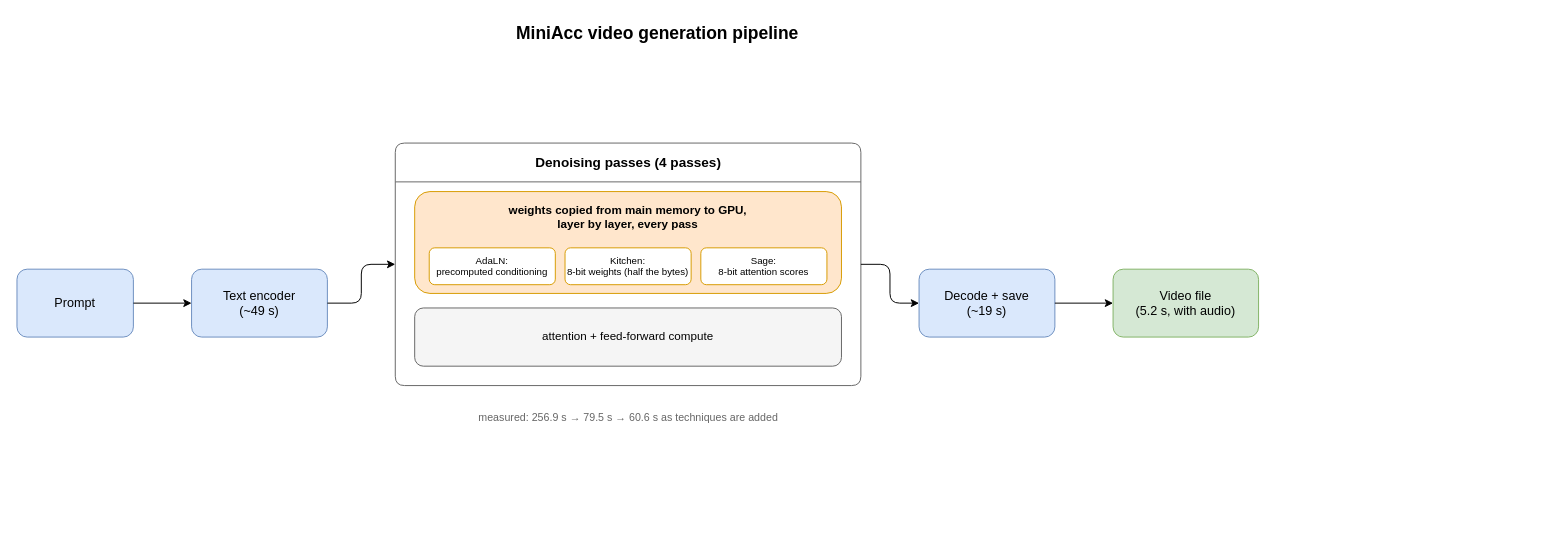
Above: assets/images/blog/miniacc/pipeline-diagram.drawio in TY-Yang3015/TY-Yang3015.github.io (draw.io), before the change. Source tidied: cells renumbered, new cells numbered last; positions are measured from the earlier drawing's top-left corner, leaving out a move shared by most shapes. Both pictures are drawn from the tidied source at 97%, with x=0, y=0 at pixel (16, 16).
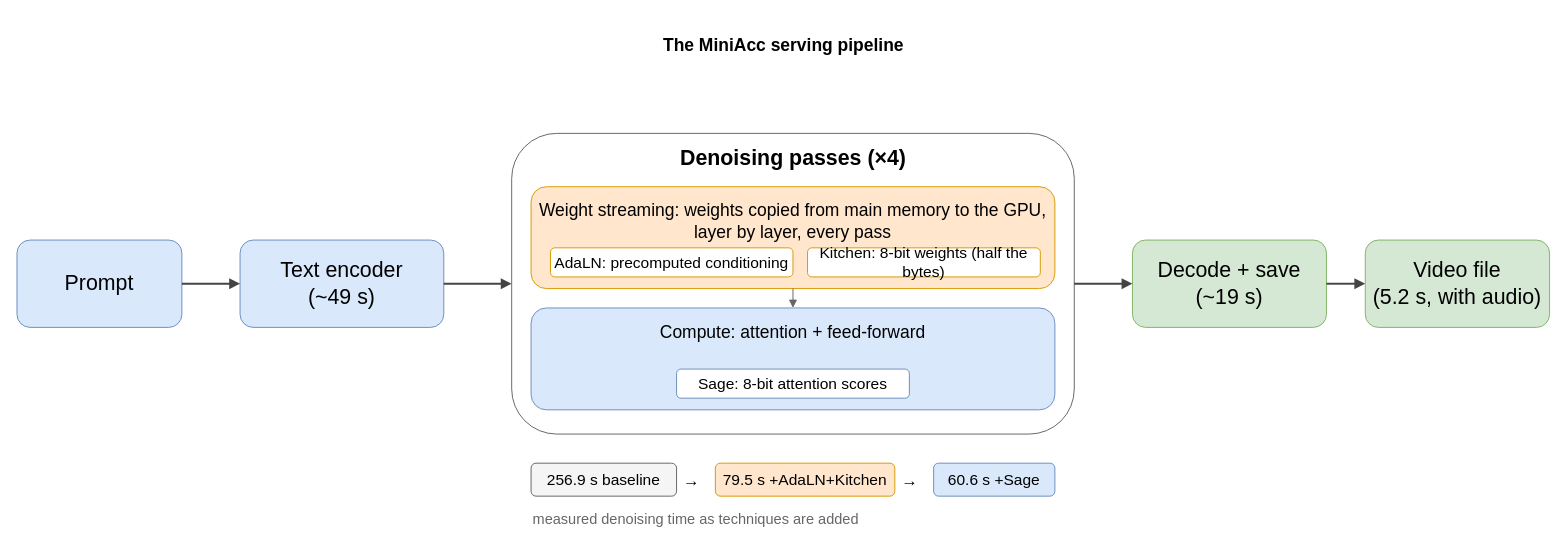
After the change.

Commit message (it also covers changes not shown here):
Blog MiniAcc: fix visual assets, Casual Research series, low-budget framing

The edit, as a diff of the source:
```diff
@@
-    <mxCell id="2" value="MiniAcc video generation pipeline" style="text;strokeColor=none;fillColor=none;html=1;fontSize=18;fontStyle=1;align=center;" parent="1" vertex="1">
-      <mxGeometry x="390" width="540" height="30" as="geometry" />
-    </mxCell>
+    <mxCell id="18" value="The MiniAcc serving pipeline" style="text;html=1;align=center;verticalAlign=middle;fontSize=18;fontStyle=1;" parent="1" vertex="1">
+      <mxGeometry x="560" y="10" width="460" height="40" as="geometry" />
+    </mxCell>
-    <mxCell id="3" value="Prompt" style="rounded=1;whiteSpace=wrap;html=1;fillColor=#dae8fc;strokeColor=#6c8ebf;fontSize=13;" parent="1" vertex="1">
-      <mxGeometry y="260" width="120" height="70" as="geometry" />
+    <mxCell id="3" value="Prompt" style="rounded=1;whiteSpace=wrap;html=1;fillColor=#dae8fc;strokeColor=#6c8ebf;fontSize=22;" parent="1" vertex="1">
+      <mxGeometry y="230" width="170" height="90" as="geometry" />
     </mxCell>
-    <mxCell id="4" value="Text encoder&#10;(~49 s)" style="rounded=1;whiteSpace=wrap;html=1;fillColor=#dae8fc;strokeColor=#6c8ebf;fontSize=13;" parent="1" vertex="1">
-      <mxGeometry x="180" y="260" width="140" height="70" as="geometry" />
+    <mxCell id="4" value="Text encoder&lt;br&gt;(~49 s)" style="rounded=1;whiteSpace=wrap;html=1;fillColor=#dae8fc;strokeColor=#6c8ebf;fontSize=22;" parent="1" vertex="1">
+      <mxGeometry x="230" y="230" width="210" height="90" as="geometry" />
     </mxCell>
-    <mxCell id="5" value="Denoising passes (4 passes)" style="swimlane;rounded=1;html=1;startSize=40;fillColor=#ffffff;strokeColor=#666666;fontStyle=1;fontSize=14;swimlaneFillColor=#ffffff;arcSize=8;" parent="1" vertex="1">
-      <mxGeometry x="390" y="130" width="480" height="250" as="geometry" />
+    <mxCell id="5" style="rounded=1;whiteSpace=wrap;html=1;fillColor=#ffffff;strokeColor=#666666;verticalAlign=top;align=center;" parent="1" vertex="1">
+      <mxGeometry x="510" y="120" width="580" height="310" as="geometry" />
     </mxCell>
+    <mxCell id="19" value="Denoising passes (×4)" style="text;html=1;align=center;verticalAlign=middle;fontSize=22;fontStyle=1;" parent="1" vertex="1">
+      <mxGeometry x="720" y="130" width="160" height="32" as="geometry" />
+    </mxCell>
-    <mxCell id="6" value="weights copied from main memory to GPU,&#10;layer by layer, every pass" style="rounded=1;whiteSpace=wrap;html=1;fillColor=#ffe6cc;strokeColor=#d79b00;fontSize=12;verticalAlign=top;spacingTop=6;fontStyle=1;" parent="5" vertex="1">
-      <mxGeometry x="20" y="50" width="440" height="105" as="geometry" />
+    <mxCell id="6" value="Weight streaming: weights copied from main memory to the GPU, layer by layer, every pass" style="rounded=1;whiteSpace=wrap;html=1;fillColor=#ffe6cc;strokeColor=#d79b00;fontSize=18;align=center;verticalAlign=top;spacingTop=8;" parent="1" vertex="1">
+      <mxGeometry x="530" y="175" width="540" height="105" as="geometry" />
     </mxCell>
-    <mxCell id="7" value="AdaLN:&#10;precomputed conditioning" style="rounded=1;whiteSpace=wrap;html=1;fillColor=#ffffff;strokeColor=#d79b00;fontSize=10;" parent="6" vertex="1">
-      <mxGeometry x="15" y="58" width="130" height="38" as="geometry" />
+    <mxCell id="7" value="AdaLN: precomputed conditioning" style="rounded=1;whiteSpace=wrap;html=1;fillColor=#ffffff;strokeColor=#d79b00;fontSize=16;align=center;verticalAlign=middle;" parent="1" vertex="1">
+      <mxGeometry x="550" y="238" width="250" height="30" as="geometry" />
     </mxCell>
-    <mxCell id="8" value="Kitchen:&#10;8-bit weights (half the bytes)" style="rounded=1;whiteSpace=wrap;html=1;fillColor=#ffffff;strokeColor=#d79b00;fontSize=10;" parent="6" vertex="1">
-      <mxGeometry x="155" y="58" width="130" height="38" as="geometry" />
+    <mxCell id="8" value="Kitchen: 8-bit weights (half the bytes)" style="rounded=1;whiteSpace=wrap;html=1;fillColor=#ffffff;strokeColor=#d79b00;fontSize=16;align=center;verticalAlign=middle;" parent="1" vertex="1">
+      <mxGeometry x="815" y="238" width="240" height="30" as="geometry" />
     </mxCell>
+    <mxCell id="10" value="Compute: attention + feed-forward" style="rounded=1;whiteSpace=wrap;html=1;fillColor=#dae8fc;strokeColor=#6c8ebf;fontSize=18;align=center;verticalAlign=top;spacingTop=8;" parent="1" vertex="1">
+      <mxGeometry x="530" y="300" width="540" height="105" as="geometry" />
+    </mxCell>
-    <mxCell id="9" value="Sage:&#10;8-bit attention scores" style="rounded=1;whiteSpace=wrap;html=1;fillColor=#ffffff;strokeColor=#d79b00;fontSize=10;" parent="6" vertex="1">
-      <mxGeometry x="295" y="58" width="130" height="38" as="geometry" />
+    <mxCell id="9" value="Sage: 8-bit attention scores" style="rounded=1;whiteSpace=wrap;html=1;fillColor=#ffffff;strokeColor=#6c8ebf;fontSize=16;align=center;verticalAlign=middle;" parent="1" vertex="1">
+      <mxGeometry x="680" y="363" width="240" height="30" as="geometry" />
     </mxCell>
-    <mxCell id="10" value="attention + feed-forward compute" style="rounded=1;whiteSpace=wrap;html=1;fillColor=#f5f5f5;strokeColor=#666666;fontSize=12;" parent="5" vertex="1">
-      <mxGeometry x="20" y="170" width="440" height="60" as="geometry" />
-    </mxCell>
-    <mxCell id="11" value="measured: 256.9 s → 79.5 s → 60.6 s as techniques are added" style="text;strokeColor=none;fillColor=none;html=1;fontSize=11;align=center;fontColor=#666666;" parent="1" vertex="1">
-      <mxGeometry x="390" y="400" width="480" height="25" as="geometry" />
-    </mxCell>
+    <mxCell id="20" style="edgeStyle=orthogonalEdgeStyle;rounded=1;html=1;strokeColor=#666666;endArrow=block;endFill=1;" parent="1" edge="1" source="6" target="10">
+      <mxGeometry relative="1" as="geometry" />
+    </mxCell>
-    <mxCell id="12" value="Decode + save&#10;(~19 s)" style="rounded=1;whiteSpace=wrap;html=1;fillColor=#dae8fc;strokeColor=#6c8ebf;fontSize=13;" parent="1" vertex="1">
-      <mxGeometry x="930" y="260" width="140" height="70" as="geometry" />
+    <mxCell id="12" value="Decode + save&lt;br&gt;(~19 s)" style="rounded=1;whiteSpace=wrap;html=1;fillColor=#d5e8d4;strokeColor=#82b366;fontSize=22;" parent="1" vertex="1">
+      <mxGeometry x="1150" y="230" width="200" height="90" as="geometry" />
     </mxCell>
-    <mxCell id="13" value="Video file&#10;(5.2 s, with audio)" style="rounded=1;whiteSpace=wrap;html=1;fillColor=#d5e8d4;strokeColor=#82b366;fontSize=13;" parent="1" vertex="1">
-      <mxGeometry x="1130" y="260" width="150" height="70" as="geometry" />
+    <mxCell id="13" value="Video file&lt;br&gt;(5.2 s, with audio)" style="rounded=1;whiteSpace=wrap;html=1;fillColor=#d5e8d4;strokeColor=#82b366;fontSize=22;" parent="1" vertex="1">
+      <mxGeometry x="1390" y="230" width="190" height="90" as="geometry" />
     </mxCell>
-    <mxCell id="14" style="edgeStyle=orthogonalEdgeStyle;html=1;rounded=1;" parent="1" edge="1" source="3" target="4">
+    <mxCell id="14" style="edgeStyle=orthogonalEdgeStyle;rounded=1;html=1;strokeWidth=2;strokeColor=#444444;endArrow=block;endFill=1;" parent="1" edge="1" source="3" target="4">
       <mxGeometry relative="1" as="geometry" />
     </mxCell>
-    <mxCell id="15" style="edgeStyle=orthogonalEdgeStyle;html=1;rounded=1;exitX=1;exitY=0.5;entryX=0;entryY=0.5;" parent="1" edge="1" source="4" target="5">
+    <mxCell id="15" style="edgeStyle=orthogonalEdgeStyle;rounded=1;html=1;strokeWidth=2;strokeColor=#444444;endArrow=block;endFill=1;" parent="1" edge="1" source="4" target="5">
       <mxGeometry relative="1" as="geometry" />
     </mxCell>
-    <mxCell id="16" style="edgeStyle=orthogonalEdgeStyle;html=1;rounded=1;exitX=1;exitY=0.5;entryX=0;entryY=0.5;" parent="1" edge="1" source="5" target="12">
+    <mxCell id="16" style="edgeStyle=orthogonalEdgeStyle;rounded=1;html=1;strokeWidth=2;strokeColor=#444444;endArrow=block;endFill=1;" parent="1" edge="1" source="5" target="12">
       <mxGeometry relative="1" as="geometry" />
     </mxCell>
-    <mxCell id="17" style="edgeStyle=orthogonalEdgeStyle;html=1;rounded=1;" parent="1" edge="1" source="12" target="13">
+    <mxCell id="17" style="edgeStyle=orthogonalEdgeStyle;rounded=1;html=1;strokeWidth=2;strokeColor=#444444;endArrow=block;endFill=1;" parent="1" edge="1" source="12" target="13">
       <mxGeometry relative="1" as="geometry" />
     </mxCell>
+    <mxCell id="21" value="256.9 s baseline" style="rounded=1;whiteSpace=wrap;html=1;fillColor=#f5f5f5;strokeColor=#666666;fontSize=16;" parent="1" vertex="1">
+      <mxGeometry x="530" y="460" width="150" height="34" as="geometry" />
+    </mxCell>
+    <mxCell id="22" value="→" style="text;html=1;fontSize=17;" parent="1" vertex="1">
+      <mxGeometry x="685" y="462" width="30" height="28" as="geometry" />
+    </mxCell>
+    <mxCell id="23" value="79.5 s +AdaLN+Kitchen" style="rounded=1;whiteSpace=wrap;html=1;fillColor=#ffe6cc;strokeColor=#d79b00;fontSize=16;" parent="1" vertex="1">
+      <mxGeometry x="720" y="460" width="185" height="34" as="geometry" />
+    </mxCell>
+    <mxCell id="24" value="→" style="text;html=1;fontSize=17;" parent="1" vertex="1">
+      <mxGeometry x="910" y="462" width="30" height="28" as="geometry" />
+    </mxCell>
+    <mxCell id="25" value="60.6 s +Sage" style="rounded=1;whiteSpace=wrap;html=1;fillColor=#dae8fc;strokeColor=#6c8ebf;fontSize=16;" parent="1" vertex="1">
+      <mxGeometry x="945" y="460" width="125" height="34" as="geometry" />
+    </mxCell>
+    <mxCell id="26" value="measured denoising time as techniques are added" style="text;html=1;fontSize=15;fontColor=#666666;align=left;" parent="1" vertex="1">
+      <mxGeometry x="530" y="502" width="400" height="24" as="geometry" />
+    </mxCell>
```
